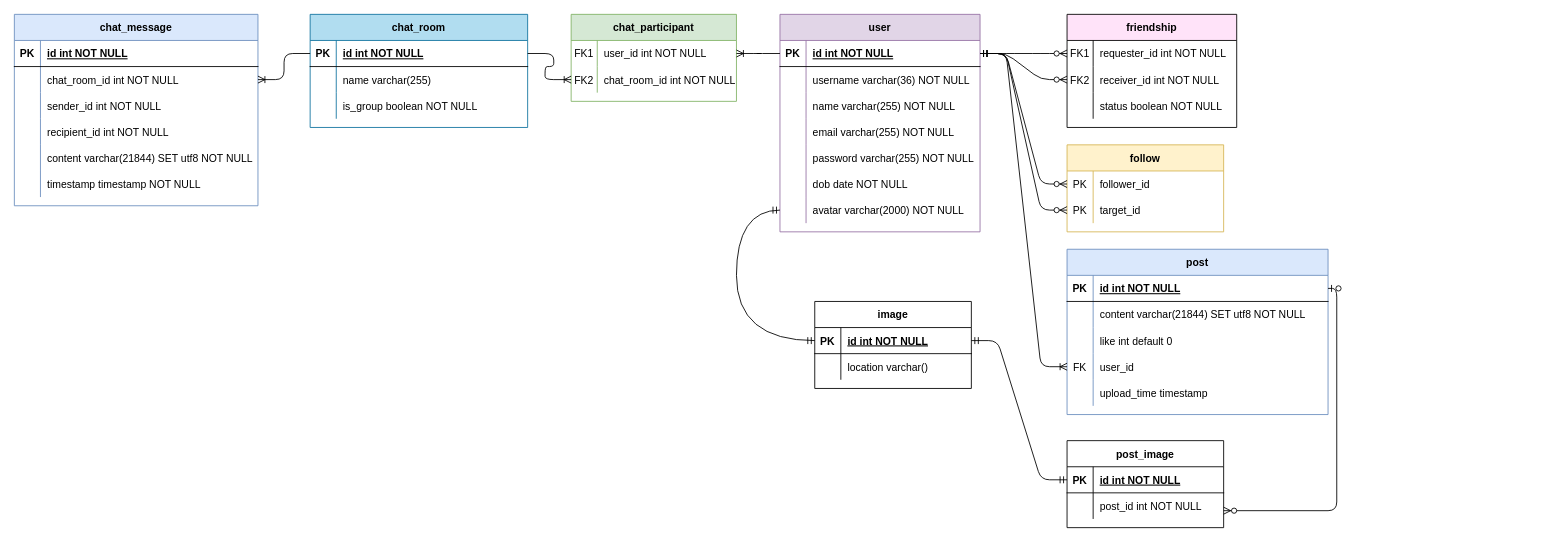
Before: fakebook.drawio in hoangvu03081/Fakebook, a draw.io diagram. Source tidied: cells renumbered, new cells numbered last; positions are measured from the earlier drawing's top-left corner, leaving out a move shared by most shapes. Both pictures are drawn from the tidied source at 87%, with x=0, y=0 at pixel (14, 14).
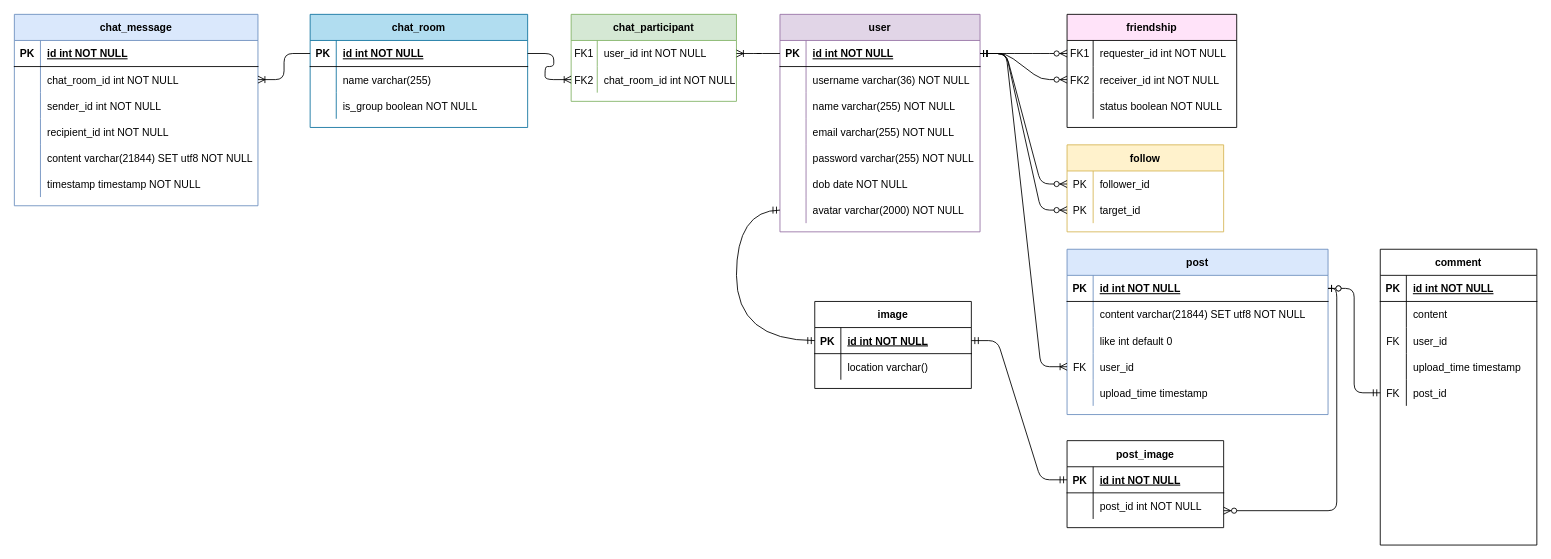
Above is the later version.

Commit message (it also covers changes not shown here):
Added get profile post

Unchanged cells that the change refers to:
```xml
<mxCell id="76" style="shape=partialRectangle;fillColor=none;top=0;left=0;bottom=1;right=0;points=[[0,0.5],[1,0.5]];portConstraint=eastwest;" parent="75" vertex="1">
  <mxGeometry y="30" width="300" height="30" as="geometry" />
</mxCell>
```

Diff of the diagram source:
```diff
@@
+    <mxCell id="118" value="comment" style="shape=table;startSize=30;childLayout=tableLayout;rowLines=0;fontStyle=1;align=center;" parent="1" vertex="1">
+      <mxGeometry x="1570" y="270" width="180" height="340" as="geometry" />
+    </mxCell>
+    <mxCell id="119" style="shape=partialRectangle;fillColor=none;top=0;left=0;bottom=1;right=0;" parent="118" vertex="1">
+      <mxGeometry y="30" width="180" height="30" as="geometry" />
+    </mxCell>
+    <mxCell id="120" value="PK" style="shape=partialRectangle;fillColor=none;top=0;left=0;bottom=0;right=0;fontStyle=1;overflow=hidden;" parent="119" vertex="1">
+      <mxGeometry width="30" height="30" as="geometry" />
+    </mxCell>
+    <mxCell id="121" value="id int NOT NULL" style="shape=partialRectangle;fillColor=none;top=0;left=0;bottom=0;right=0;align=left;spacingLeft=6;fontStyle=5;overflow=hidden;" parent="119" vertex="1">
+      <mxGeometry x="30" width="150" height="30" as="geometry" />
+    </mxCell>
+    <mxCell id="122" style="shape=partialRectangle;fillColor=none;top=0;left=0;bottom=0;right=0;" parent="118" vertex="1">
+      <mxGeometry y="60" width="180" height="30" as="geometry" />
+    </mxCell>
+    <mxCell id="123" style="shape=partialRectangle;fillColor=none;top=0;left=0;bottom=0;right=0;overflow=hidden;" parent="122" vertex="1">
+      <mxGeometry width="30" height="30" as="geometry" />
+    </mxCell>
+    <mxCell id="124" value="content" style="shape=partialRectangle;fillColor=none;top=0;left=0;bottom=0;right=0;align=left;spacingLeft=6;overflow=hidden;" parent="122" vertex="1">
+      <mxGeometry x="30" width="150" height="30" as="geometry" />
+    </mxCell>
+    <mxCell id="125" style="shape=partialRectangle;fillColor=none;top=0;left=0;bottom=0;right=0;" parent="118" vertex="1">
+      <mxGeometry y="90" width="180" height="30" as="geometry" />
+    </mxCell>
+    <mxCell id="126" value="FK" style="shape=partialRectangle;fillColor=none;top=0;left=0;bottom=0;right=0;overflow=hidden;" parent="125" vertex="1">
+      <mxGeometry width="30" height="30" as="geometry" />
+    </mxCell>
+    <mxCell id="127" value="user_id" style="shape=partialRectangle;fillColor=none;top=0;left=0;bottom=0;right=0;align=left;spacingLeft=6;overflow=hidden;" parent="125" vertex="1">
+      <mxGeometry x="30" width="150" height="30" as="geometry" />
+    </mxCell>
+    <mxCell id="128" style="shape=partialRectangle;fillColor=none;top=0;left=0;bottom=0;right=0;" parent="118" vertex="1">
+      <mxGeometry y="120" width="180" height="30" as="geometry" />
+    </mxCell>
+    <mxCell id="129" style="shape=partialRectangle;fillColor=none;top=0;left=0;bottom=0;right=0;overflow=hidden;" parent="128" vertex="1">
+      <mxGeometry width="30" height="30" as="geometry" />
+    </mxCell>
+    <mxCell id="130" value="upload_time timestamp" style="shape=partialRectangle;fillColor=none;top=0;left=0;bottom=0;right=0;align=left;spacingLeft=6;overflow=hidden;" parent="128" vertex="1">
+      <mxGeometry x="30" width="150" height="30" as="geometry" />
+    </mxCell>
+    <mxCell id="131" style="shape=partialRectangle;fillColor=none;top=0;left=0;bottom=0;right=0;points=[[0,0.5],[1,0.5]];portConstraint=eastwest;" parent="118" vertex="1">
+      <mxGeometry y="150" width="180" height="30" as="geometry" />
+    </mxCell>
+    <mxCell id="132" value="FK" style="shape=partialRectangle;fillColor=none;top=0;left=0;bottom=0;right=0;overflow=hidden;" parent="131" vertex="1">
+      <mxGeometry width="30" height="30" as="geometry" />
+    </mxCell>
+    <mxCell id="133" value="post_id" style="shape=partialRectangle;fillColor=none;top=0;left=0;bottom=0;right=0;align=left;spacingLeft=6;overflow=hidden;" parent="131" vertex="1">
+      <mxGeometry x="30" width="150" height="30" as="geometry" />
+    </mxCell>
+    <mxCell id="134" style="edgeStyle=orthogonalEdgeStyle;fontSize=12;html=1;endArrow=ERzeroToOne;startArrow=ERmandOne;entryX=1;entryY=0.5;entryDx=0;entryDy=0;exitX=0;exitY=0.5;exitDx=0;exitDy=0;elbow=vertical;" parent="1" edge="1" source="131" target="76">
+      <mxGeometry relative="1" as="geometry" />
+    </mxCell>
```
